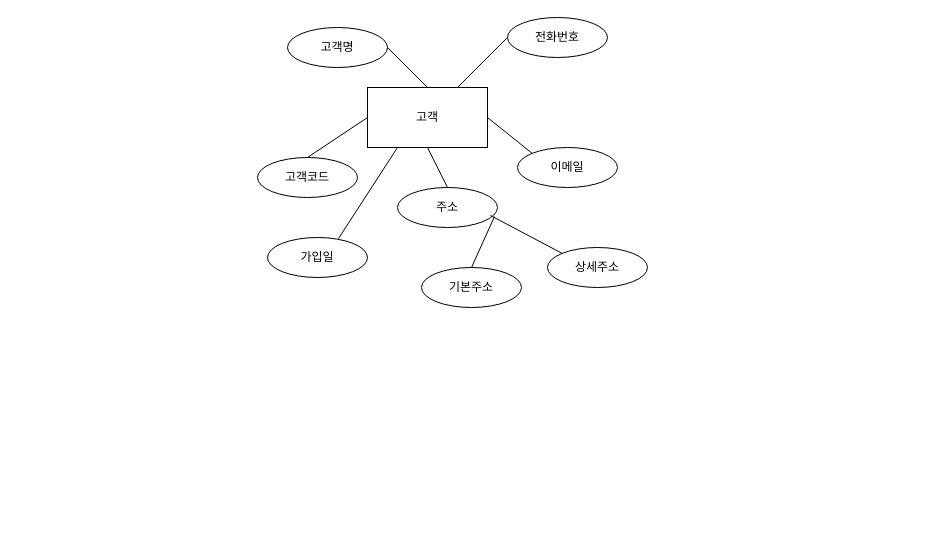
Earlier version of the draw.io diagram 제목 없는 다이어그램.drawio (dalaran28/erd). Source tidied: cells renumbered, new cells numbered last; positions are measured from the earlier drawing's top-left corner, leaving out a move shared by most shapes. Both pictures are drawn from the tidied source at 100%, with x=0, y=0 at pixel (257, 17).
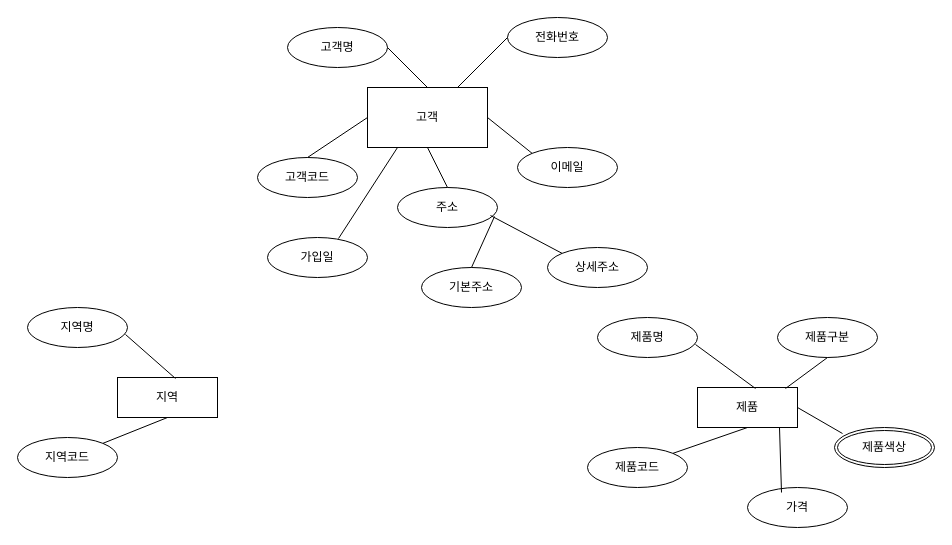
After the change.

Commit message (it also covers changes not shown here):
제목 없는 다이어그램.drawio 업데이트

The edit, as a diff of the source:
```diff
@@
+    <mxCell id="19" value="지역" style="whiteSpace=wrap;html=1;align=center;" parent="1" vertex="1">
+      <mxGeometry x="-140" y="360" width="100" height="40" as="geometry" />
+    </mxCell>
+    <mxCell id="20" value="지역명" style="ellipse;whiteSpace=wrap;html=1;align=center;" parent="1" vertex="1">
+      <mxGeometry x="-230" y="290" width="100" height="40" as="geometry" />
+    </mxCell>
+    <mxCell id="21" style="endArrow=none;html=1;rounded=0;entryX=0.58;entryY=0.025;entryDx=0;entryDy=0;exitX=0.98;exitY=0.675;exitDx=0;exitDy=0;entryPerimeter=0;exitPerimeter=0;" parent="1" edge="1" source="20" target="19">
+      <mxGeometry relative="1" as="geometry" />
+    </mxCell>
+    <mxCell id="22" value="지역코드" style="ellipse;whiteSpace=wrap;html=1;align=center;" parent="1" vertex="1">
+      <mxGeometry x="-240" y="420" width="100" height="40" as="geometry" />
+    </mxCell>
+    <mxCell id="23" style="endArrow=none;html=1;rounded=0;entryX=0.5;entryY=1;entryDx=0;entryDy=0;exitX=1;exitY=0;exitDx=0;exitDy=0;" parent="1" edge="1" source="22" target="19">
+      <mxGeometry relative="1" as="geometry" />
+    </mxCell>
+    <mxCell id="24" value="제품" style="whiteSpace=wrap;html=1;align=center;" parent="1" vertex="1">
+      <mxGeometry x="440" y="370" width="100" height="40" as="geometry" />
+    </mxCell>
+    <mxCell id="25" value="제품명" style="ellipse;whiteSpace=wrap;html=1;align=center;" parent="1" vertex="1">
+      <mxGeometry x="340" y="300" width="100" height="40" as="geometry" />
+    </mxCell>
+    <mxCell id="26" style="endArrow=none;html=1;rounded=0;entryX=0.58;entryY=0.025;entryDx=0;entryDy=0;exitX=0.98;exitY=0.675;exitDx=0;exitDy=0;entryPerimeter=0;exitPerimeter=0;" parent="1" edge="1" source="25" target="24">
+      <mxGeometry relative="1" as="geometry" />
+    </mxCell>
+    <mxCell id="27" value="제품코드" style="ellipse;whiteSpace=wrap;html=1;align=center;" parent="1" vertex="1">
+      <mxGeometry x="330" y="430" width="100" height="40" as="geometry" />
+    </mxCell>
+    <mxCell id="28" style="endArrow=none;html=1;rounded=0;entryX=0.5;entryY=1;entryDx=0;entryDy=0;exitX=1;exitY=0;exitDx=0;exitDy=0;" parent="1" edge="1" source="27" target="24">
+      <mxGeometry relative="1" as="geometry" />
+    </mxCell>
+    <mxCell id="29" value="제품구분" style="ellipse;whiteSpace=wrap;html=1;align=center;" parent="1" vertex="1">
+      <mxGeometry x="520" y="300" width="100" height="40" as="geometry" />
+    </mxCell>
+    <mxCell id="30" style="endArrow=none;html=1;rounded=0;entryX=0.88;entryY=0.025;entryDx=0;entryDy=0;exitX=0.5;exitY=1;exitDx=0;exitDy=0;entryPerimeter=0;" parent="1" edge="1" source="29" target="24">
+      <mxGeometry relative="1" as="geometry" />
+    </mxCell>
+    <mxCell id="31" value="제품색상" style="ellipse;shape=doubleEllipse;margin=3;whiteSpace=wrap;html=1;align=center;" parent="1" vertex="1">
+      <mxGeometry x="577" y="410" width="100" height="40" as="geometry" />
+    </mxCell>
+    <mxCell id="32" style="endArrow=none;html=1;rounded=0;entryX=1;entryY=0.5;entryDx=0;entryDy=0;exitX=0.08;exitY=0.15;exitDx=0;exitDy=0;exitPerimeter=0;" parent="1" edge="1" source="31" target="24">
+      <mxGeometry relative="1" as="geometry" />
+    </mxCell>
+    <mxCell id="33" value="가격" style="ellipse;whiteSpace=wrap;html=1;align=center;" parent="1" vertex="1">
+      <mxGeometry x="490" y="470" width="100" height="40" as="geometry" />
+    </mxCell>
+    <mxCell id="34" style="endArrow=none;html=1;rounded=0;entryX=0.82;entryY=1;entryDx=0;entryDy=0;exitX=0.34;exitY=0.125;exitDx=0;exitDy=0;entryPerimeter=0;exitPerimeter=0;" parent="1" edge="1" source="33" target="24">
+      <mxGeometry relative="1" as="geometry" />
+    </mxCell>
```
